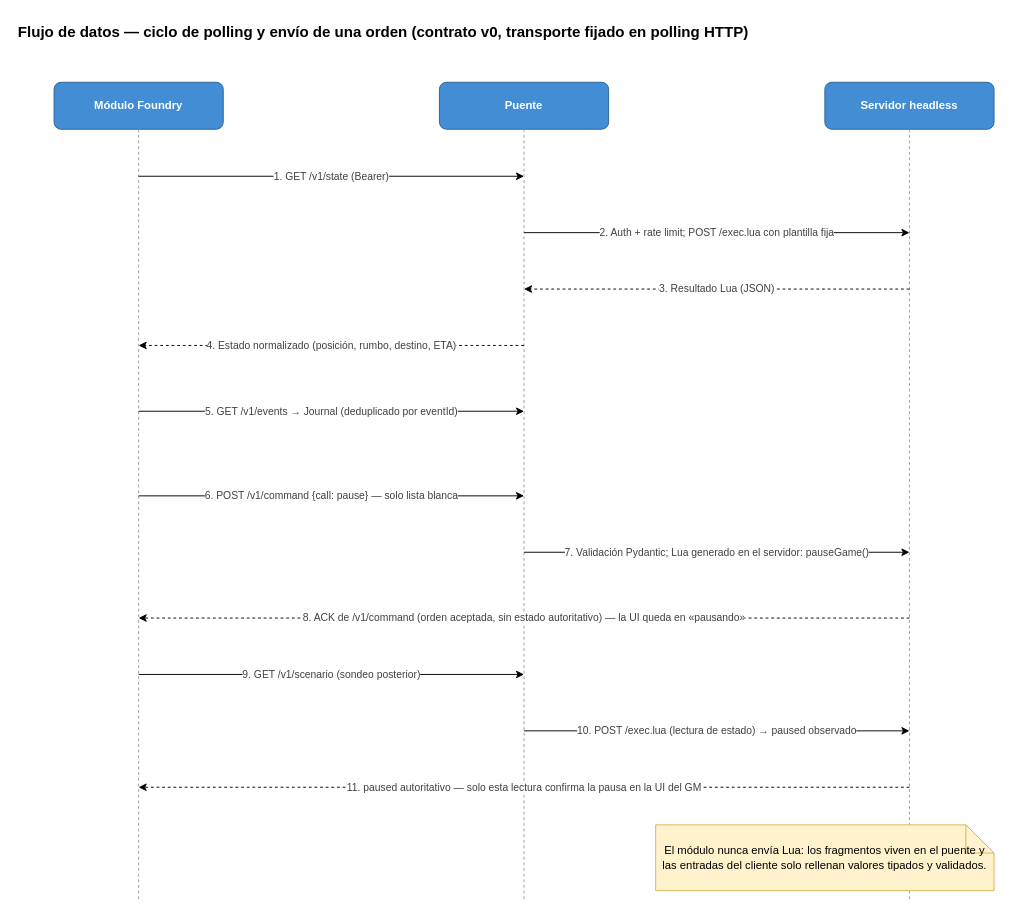
EspacioKoop/espaciokooplagunak keeps this draw.io diagram as page "Flujo de datos" (4 of 4) of docs/assets/diagramas/arquitectura.drawio. Above is the earlier version. Source tidied: cells renumbered, new cells numbered last; positions are measured from the earlier drawing's top-left corner, leaving out a move shared by most shapes. Both pictures are drawn from the tidied source at 94%, with x=0, y=0 at pixel (16, 16).
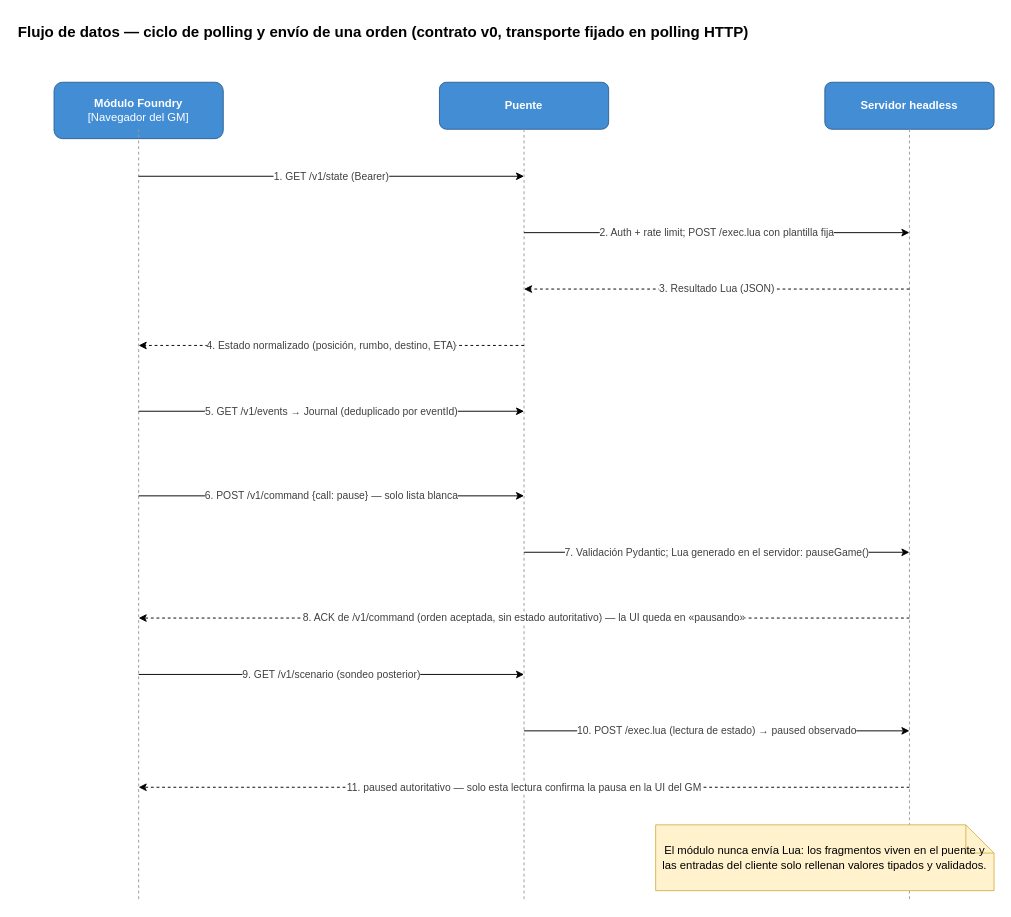
After the change.

Commit message (it also covers changes not shown here):
docs: show browser boundary for Foundry bridge

The edit, as a diff of the source:
```diff
@@
-    <mxCell id="3" value="&lt;b&gt;Módulo Foundry&lt;/b&gt;" style="rounded=1;whiteSpace=wrap;html=1;fillColor=#438DD5;fontColor=#ffffff;strokeColor=#2E6295;" parent="1" vertex="1">
-      <mxGeometry x="40" y="70" width="180" height="50" as="geometry" />
+    <mxCell id="3" value="&lt;b&gt;Módulo Foundry&lt;/b&gt;&lt;br&gt;[Navegador del GM]" style="rounded=1;whiteSpace=wrap;html=1;fillColor=#438DD5;fontColor=#ffffff;strokeColor=#2E6295;" parent="1" vertex="1">
+      <mxGeometry x="40" y="70" width="180" height="60" as="geometry" />
     </mxCell>
```
